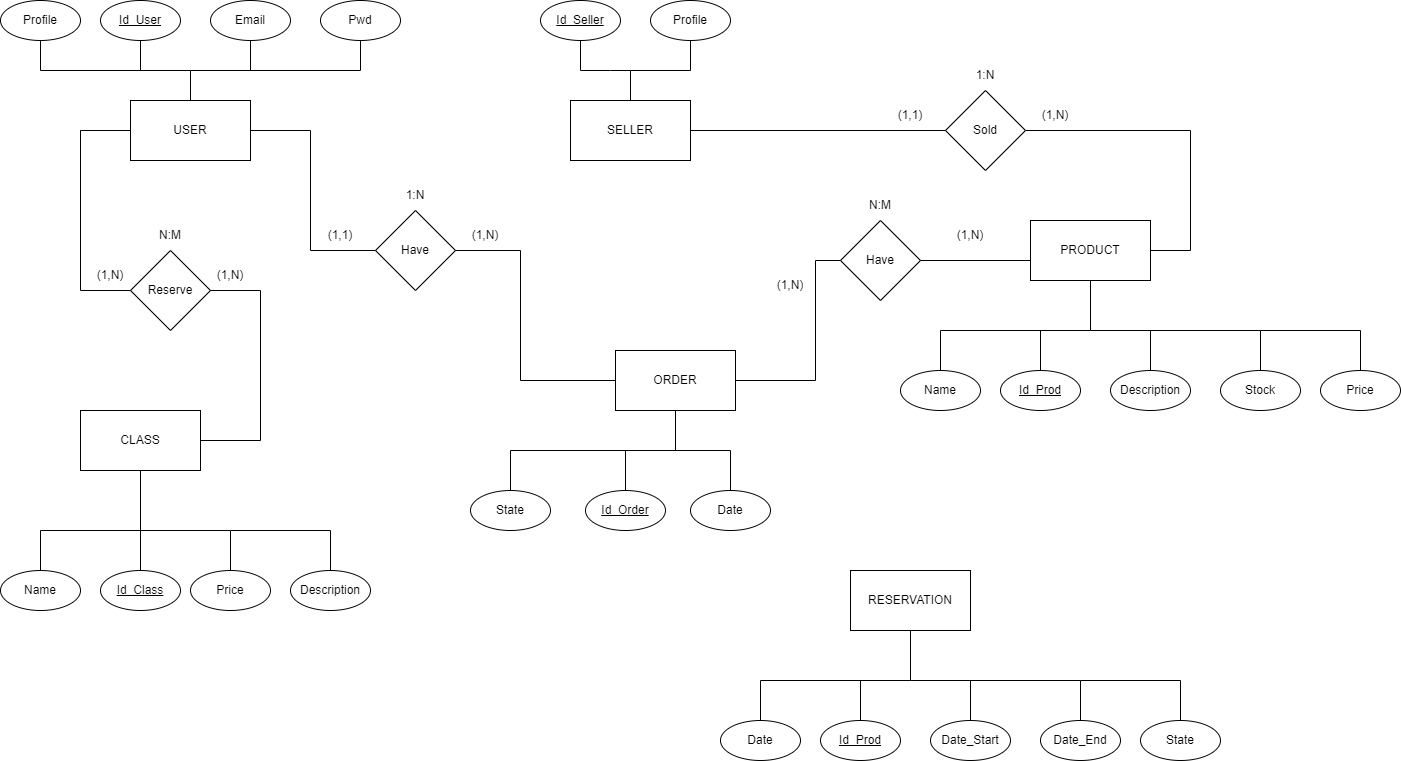
OscarELCRACK17/imagen keeps this draw.io diagram as Entidad-Relacion.drawio.png. Above is the earlier version. Source tidied: cells renumbered, new cells last; positions are measured from the earlier drawing's top-left corner, leaving out a move shared by most shapes.
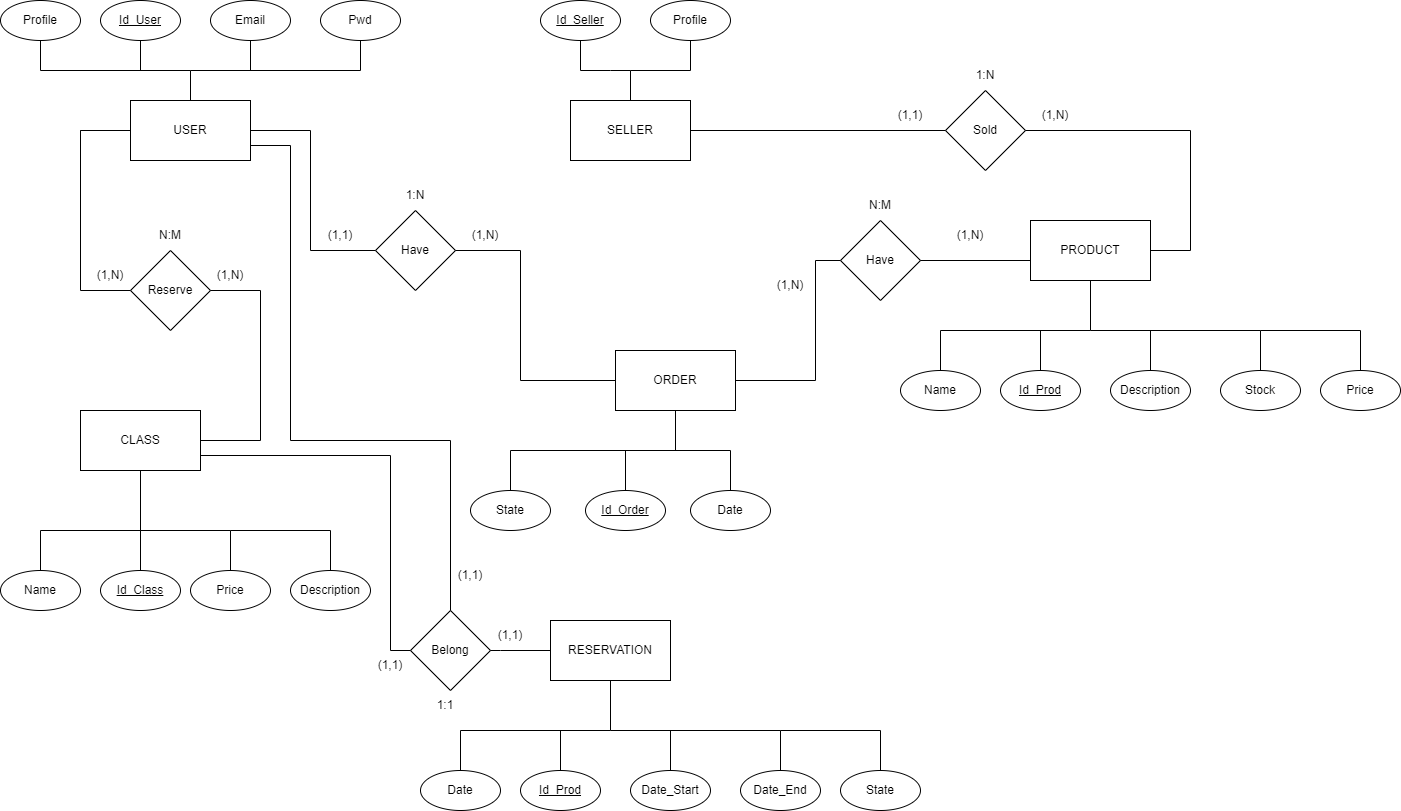
Above is the later version.

Diff of the diagram source:
```diff
@@ -217,58 +217,58 @@
       </mxGeometry>
     </mxCell>
     <mxCell id="45" value="RESERVATION" style="rounded=0;whiteSpace=wrap;html=1;flipH=0;" parent="1" vertex="1">
-      <mxGeometry x="850" y="570" width="120" height="60" as="geometry" />
+      <mxGeometry x="550" y="620" width="120" height="60" as="geometry" />
     </mxCell>
     <mxCell id="46" value="&lt;u&gt;Id_Prod&lt;/u&gt;" style="ellipse;whiteSpace=wrap;html=1;flipH=0;" parent="1" vertex="1">
-      <mxGeometry x="820" y="720" width="80" height="40" as="geometry" />
+      <mxGeometry x="520" y="770" width="80" height="40" as="geometry" />
     </mxCell>
     <mxCell id="47" value="Date_Start" style="ellipse;whiteSpace=wrap;html=1;flipH=0;" parent="1" vertex="1">
-      <mxGeometry x="930" y="720" width="80" height="40" as="geometry" />
+      <mxGeometry x="630" y="770" width="80" height="40" as="geometry" />
     </mxCell>
     <mxCell id="48" value="Date_End" style="ellipse;whiteSpace=wrap;html=1;flipH=0;" parent="1" vertex="1">
-      <mxGeometry x="1040" y="720" width="80" height="40" as="geometry" />
+      <mxGeometry x="740" y="770" width="80" height="40" as="geometry" />
     </mxCell>
     <mxCell id="49" value="Date" style="ellipse;whiteSpace=wrap;html=1;flipH=0;" parent="1" vertex="1">
-      <mxGeometry x="720" y="720" width="80" height="40" as="geometry" />
+      <mxGeometry x="420" y="770" width="80" height="40" as="geometry" />
     </mxCell>
     <mxCell id="50" style="endArrow=none;html=1;rounded=0;entryX=0.5;entryY=0;entryDx=0;entryDy=0;" parent="1" edge="1" target="49">
       <mxGeometry relative="1" as="geometry">
-        <mxPoint x="910" y="630" as="sourcePoint" />
+        <mxPoint x="610" y="680" as="sourcePoint" />
         <Array as="points">
-          <mxPoint x="910" y="680" />
-          <mxPoint x="760" y="680" />
+          <mxPoint x="610" y="730" />
+          <mxPoint x="460" y="730" />
         </Array>
       </mxGeometry>
     </mxCell>
     <mxCell id="51" style="endArrow=none;html=1;rounded=0;" parent="1" edge="1">
       <mxGeometry relative="1" as="geometry">
-        <mxPoint x="860" y="680" as="sourcePoint" />
-        <mxPoint x="860" y="720" as="targetPoint" />
+        <mxPoint x="560" y="730" as="sourcePoint" />
+        <mxPoint x="560" y="770" as="targetPoint" />
       </mxGeometry>
     </mxCell>
     <mxCell id="52" style="endArrow=none;html=1;rounded=0;" parent="1" edge="1">
       <mxGeometry relative="1" as="geometry">
-        <mxPoint x="910" y="680" as="sourcePoint" />
-        <mxPoint x="1080" y="720" as="targetPoint" />
+        <mxPoint x="610" y="730" as="sourcePoint" />
+        <mxPoint x="780" y="770" as="targetPoint" />
         <Array as="points">
-          <mxPoint x="1080" y="680" />
+          <mxPoint x="780" y="730" />
         </Array>
       </mxGeometry>
     </mxCell>
     <mxCell id="53" style="endArrow=none;html=1;rounded=0;" parent="1" edge="1">
       <mxGeometry relative="1" as="geometry">
-        <mxPoint x="970" y="680" as="sourcePoint" />
-        <mxPoint x="970" y="720" as="targetPoint" />
+        <mxPoint x="670" y="730" as="sourcePoint" />
+        <mxPoint x="670" y="770" as="targetPoint" />
       </mxGeometry>
     </mxCell>
     <mxCell id="54" value="State" style="ellipse;whiteSpace=wrap;html=1;flipH=0;" parent="1" vertex="1">
-      <mxGeometry x="1140" y="720" width="80" height="40" as="geometry" />
+      <mxGeometry x="840" y="770" width="80" height="40" as="geometry" />
     </mxCell>
     <mxCell id="55" style="endArrow=none;html=1;rounded=0;entryX=0.5;entryY=0;entryDx=0;entryDy=0;" parent="1" edge="1" target="54">
       <mxGeometry relative="1" as="geometry">
-        <mxPoint x="1080" y="680" as="sourcePoint" />
+        <mxPoint x="780" y="730" as="sourcePoint" />
         <Array as="points">
-          <mxPoint x="1180" y="680" />
+          <mxPoint x="880" y="730" />
         </Array>
       </mxGeometry>
     </mxCell>
@@ -384,5 +384,46 @@
     <mxCell id="80" value="N:M" style="text;html=1;strokeColor=none;fillColor=none;align=center;verticalAlign=middle;whiteSpace=wrap;rounded=0;flipH=1;" parent="1" vertex="1">
       <mxGeometry x="140" y="220" width="60" height="30" as="geometry" />
     </mxCell>
+    <mxCell id="81" value="Belong" style="rhombus;whiteSpace=wrap;html=1;" parent="1" vertex="1">
+      <mxGeometry x="410" y="610" width="80" height="80" as="geometry" />
+    </mxCell>
+    <mxCell id="82" style="endArrow=none;html=1;rounded=0;entryX=0;entryY=0.5;entryDx=0;entryDy=0;exitX=1;exitY=0.5;exitDx=0;exitDy=0;" parent="1" edge="1" source="81" target="45">
+      <mxGeometry relative="1" as="geometry">
+        <Array as="points">
+          <mxPoint x="500" y="650" />
+        </Array>
+      </mxGeometry>
+    </mxCell>
+    <mxCell id="83" style="endArrow=none;html=1;rounded=0;entryX=1;entryY=0.75;entryDx=0;entryDy=0;" parent="1" edge="1" target="2">
+      <mxGeometry relative="1" as="geometry">
+        <mxPoint x="450" y="610" as="sourcePoint" />
+        <Array as="points">
+          <mxPoint x="450" y="440" />
+          <mxPoint x="290" y="440" />
+          <mxPoint x="290" y="145" />
+        </Array>
+      </mxGeometry>
+    </mxCell>
+    <mxCell id="84" value="(1,1)" style="text;html=1;strokeColor=none;fillColor=none;align=center;verticalAlign=middle;whiteSpace=wrap;rounded=0;" parent="1" vertex="1">
+      <mxGeometry x="440" y="560" width="60" height="30" as="geometry" />
+    </mxCell>
+    <mxCell id="85" value="(1,1)" style="text;html=1;strokeColor=none;fillColor=none;align=center;verticalAlign=middle;whiteSpace=wrap;rounded=0;" parent="1" vertex="1">
+      <mxGeometry x="480" y="620" width="60" height="30" as="geometry" />
+    </mxCell>
+    <mxCell id="86" value="1:1" style="text;html=1;strokeColor=none;fillColor=none;align=center;verticalAlign=middle;whiteSpace=wrap;rounded=0;" parent="1" vertex="1">
+      <mxGeometry x="415" y="690" width="60" height="30" as="geometry" />
+    </mxCell>
+    <mxCell id="87" style="endArrow=none;html=1;rounded=0;exitX=1;exitY=0.75;exitDx=0;exitDy=0;" parent="1" edge="1" source="36">
+      <mxGeometry relative="1" as="geometry">
+        <mxPoint x="410" y="650" as="targetPoint" />
+        <Array as="points">
+          <mxPoint x="390" y="455" />
+          <mxPoint x="390" y="650" />
+        </Array>
+      </mxGeometry>
+    </mxCell>
+    <mxCell id="88" value="(1,1)" style="text;html=1;strokeColor=none;fillColor=none;align=center;verticalAlign=middle;whiteSpace=wrap;rounded=0;" parent="1" vertex="1">
+      <mxGeometry x="360" y="650" width="60" height="30" as="geometry" />
+    </mxCell>
   </root>
 </mxGraphModel>
```
